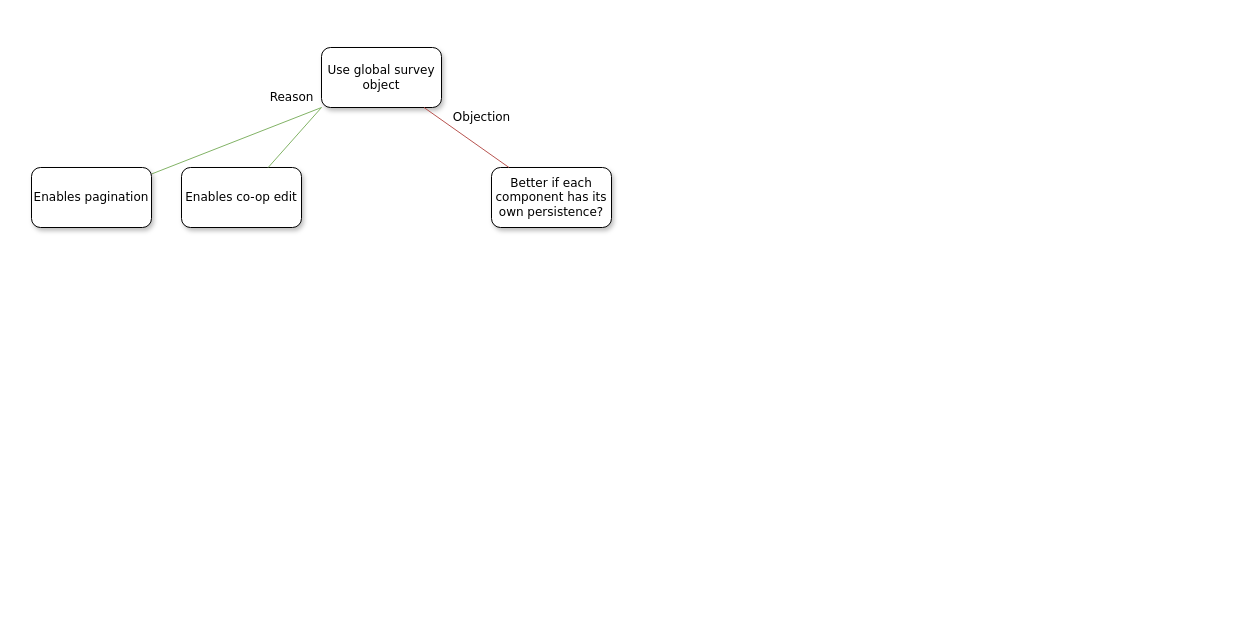
Above: Untitled Diagram.drawio in olleharstedt/limesurvey-wizard (draw.io), before the change. Source tidied: cells renumbered, new cells numbered last; positions are measured from the earlier drawing's top-left corner, leaving out a move shared by most shapes. Both pictures are drawn from the tidied source at 100%, with x=0, y=0 at pixel (31, 47).
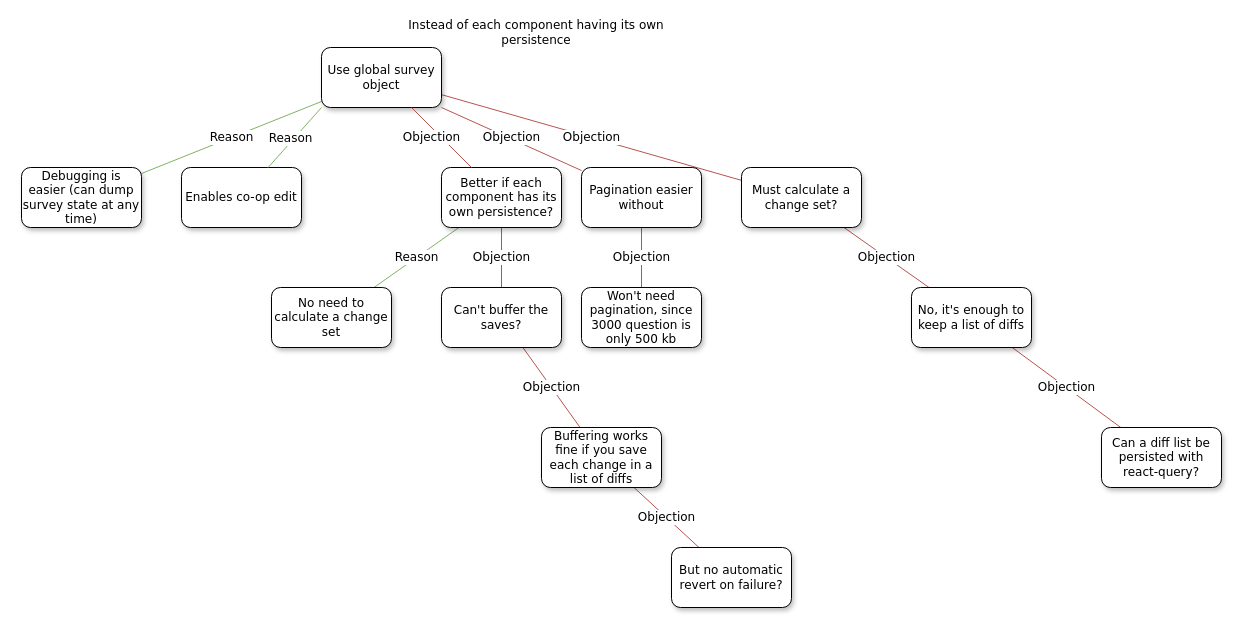
The same diagram, later.

Unchanged cells that the change refers to:
```xml
<mxCell id="2" value="Use global survey object" style="whiteSpace=wrap;html=1;rounded=1;shadow=1;labelBackgroundColor=none;strokeWidth=1;fontFamily=Verdana;fontSize=12;align=center;" parent="1" vertex="1">
  <mxGeometry x="290" width="120" height="60" as="geometry" />
</mxCell>
<mxCell id="4" value="Enables co-op edit" style="whiteSpace=wrap;html=1;rounded=1;shadow=1;labelBackgroundColor=none;strokeWidth=1;fontFamily=Verdana;fontSize=12;align=center;" parent="1" vertex="1">
  <mxGeometry x="150" y="120" width="120" height="60" as="geometry" />
</mxCell>
```

Diff of the diagram source:
```diff
@@
+    <mxCell id="9" value="Objection" style="edgeStyle=none;rounded=0;jettySize=auto;html=1;labelBackgroundColor=default;fontFamily=Verdana;fontSize=12;endArrow=none;endFill=0;fillColor=#f8cecc;strokeColor=#b85450;" parent="1" edge="1" source="2" target="16">
+      <mxGeometry relative="1" as="geometry" />
+    </mxCell>
+    <mxCell id="10" value="Reason" style="edgeStyle=none;rounded=0;jettySize=auto;html=1;labelBackgroundColor=default;fontFamily=Verdana;fontSize=12;endArrow=none;endFill=0;fillColor=#d5e8d4;strokeColor=#82b366;" parent="1" edge="1" source="2" target="21">
+      <mxGeometry relative="1" as="geometry" />
+    </mxCell>
@@
-    <mxCell id="3" style="jettySize=auto;html=1;shadow=0;exitX=0;exitY=1;exitDx=0;exitDy=0;endArrow=none;endFill=0;rounded=0;fillColor=#d5e8d4;strokeColor=#82b366;" parent="1" edge="1" source="2" target="8">
-      <mxGeometry relative="1" as="geometry" />
+    <mxCell id="3" value="Objection" style="jettySize=auto;html=1;shadow=0;exitX=1;exitY=1;exitDx=0;exitDy=0;endArrow=none;endFill=0;rounded=0;fillColor=#f8cecc;strokeColor=#b85450;fontFamily=Verdana;fontSize=12;" parent="1" edge="1" source="2" target="8">
+      <mxGeometry x="-0.01" y="1" relative="1" as="geometry" />
     </mxCell>
@@
+    <mxCell id="11" value="Reason" style="edgeStyle=none;rounded=0;jettySize=auto;html=1;labelBackgroundColor=default;fontFamily=Verdana;fontSize=12;endArrow=none;endFill=0;fillColor=#d5e8d4;strokeColor=#82b366;" parent="1" edge="1" source="5" target="18">
+      <mxGeometry relative="1" as="geometry" />
+    </mxCell>
+    <mxCell id="12" value="Objection" style="edgeStyle=none;rounded=0;jettySize=auto;html=1;labelBackgroundColor=default;fontFamily=Verdana;fontSize=12;endArrow=none;endFill=0;fillColor=#f8cecc;strokeColor=#b85450;" parent="1" edge="1" source="5" target="23">
+      <mxGeometry relative="1" as="geometry" />
+    </mxCell>
     <mxCell id="5" value="Better if each component has its own persistence?" style="whiteSpace=wrap;html=1;rounded=1;shadow=1;labelBackgroundColor=none;strokeWidth=1;fontFamily=Verdana;fontSize=12;align=center;" parent="1" vertex="1">
-      <mxGeometry x="460" y="120" width="120" height="60" as="geometry" />
+      <mxGeometry x="410" y="120" width="120" height="60" as="geometry" />
     </mxCell>
-    <mxCell id="6" value="Objection" style="rounded=0;html=1;labelBackgroundColor=none;startArrow=none;startFill=0;startSize=5;endArrow=none;endFill=0;endSize=5;jettySize=auto;strokeWidth=1;fontFamily=Verdana;fontSize=12;fillColor=#f8cecc;strokeColor=#b85450;fontColor=default;" parent="1" edge="1" source="2" target="5">
-      <mxGeometry x="0.01" y="25" relative="1" as="geometry" />
+    <mxCell id="6" value="Objection" style="rounded=0;html=1;labelBackgroundColor=default;startArrow=none;startFill=0;startSize=5;endArrow=none;endFill=0;endSize=5;jettySize=auto;strokeWidth=1;fontFamily=Verdana;fontSize=12;fillColor=#f8cecc;strokeColor=#b85450;fontColor=default;" parent="1" edge="1" source="2" target="5">
+      <mxGeometry x="-0.17" y="-7" relative="1" as="geometry" />
     </mxCell>
-    <mxCell id="7" value="&lt;div&gt;Reason&lt;/div&gt;" style="rounded=0;html=1;labelBackgroundColor=none;startArrow=none;startFill=0;startSize=5;endArrow=none;endFill=0;endSize=5;jettySize=auto;strokeWidth=1;fontFamily=Verdana;fontSize=12;exitX=0;exitY=1;exitDx=0;exitDy=0;fillColor=#d5e8d4;strokeColor=#82b366;" parent="1" edge="1" source="2" target="4">
-      <mxGeometry x="-0.69" y="-29" relative="1" as="geometry" />
+    <mxCell id="7" value="&lt;div&gt;Reason&lt;/div&gt;" style="rounded=0;html=1;labelBackgroundColor=default;startArrow=none;startFill=0;startSize=5;endArrow=none;endFill=0;endSize=5;jettySize=auto;strokeWidth=1;fontFamily=Verdana;fontSize=12;exitX=0;exitY=1;exitDx=0;exitDy=0;fillColor=#d5e8d4;strokeColor=#82b366;" parent="1" edge="1" source="2" target="4">
+      <mxGeometry x="0.06" y="-2" relative="1" as="geometry">
+        <mxPoint x="-1" as="offset" />
+      </mxGeometry>
     </mxCell>
+    <mxCell id="13" value="&lt;div style=&quot;font-size: 12px;&quot;&gt;Objection&lt;/div&gt;" style="rounded=0;jettySize=auto;html=1;endArrow=none;endFill=0;fillColor=#f8cecc;strokeColor=#b85450;fontFamily=Verdana;fontSize=12;" parent="1" edge="1" source="8" target="14">
+      <mxGeometry relative="1" as="geometry" />
+    </mxCell>
-    <mxCell id="8" value="Enables pagination" style="whiteSpace=wrap;html=1;rounded=1;shadow=1;labelBackgroundColor=none;strokeWidth=1;fontFamily=Verdana;fontSize=12;align=center;" parent="1" vertex="1">
-      <mxGeometry y="120" width="120" height="60" as="geometry" />
+    <mxCell id="8" value="Pagination easier without" style="whiteSpace=wrap;html=1;rounded=1;shadow=1;labelBackgroundColor=none;strokeWidth=1;fontFamily=Verdana;fontSize=12;align=center;" parent="1" vertex="1">
+      <mxGeometry x="550" y="120" width="120" height="60" as="geometry" />
     </mxCell>
+    <mxCell id="14" value="Won't need pagination, since 3000 question is only 500 kb" style="whiteSpace=wrap;html=1;rounded=1;shadow=1;labelBackgroundColor=none;strokeWidth=1;fontFamily=Verdana;fontSize=12;align=center;" parent="1" vertex="1">
+      <mxGeometry x="550" y="240" width="120" height="60" as="geometry" />
+    </mxCell>
+    <mxCell id="15" value="Objection" style="edgeStyle=none;rounded=0;jettySize=auto;html=1;labelBackgroundColor=default;fontFamily=Verdana;fontSize=12;endArrow=none;endFill=0;fillColor=#f8cecc;strokeColor=#b85450;" parent="1" edge="1" source="16" target="20">
+      <mxGeometry relative="1" as="geometry" />
+    </mxCell>
+    <mxCell id="16" value="Must calculate a change set?" style="whiteSpace=wrap;html=1;rounded=1;shadow=1;labelBackgroundColor=none;strokeWidth=1;fontFamily=Verdana;fontSize=12;align=center;" parent="1" vertex="1">
+      <mxGeometry x="710" y="120" width="120" height="60" as="geometry" />
+    </mxCell>
+    <mxCell id="17" value="Instead of each component having its own persistence" style="text;html=1;strokeColor=none;fillColor=none;align=center;verticalAlign=middle;whiteSpace=wrap;rounded=0;fontFamily=Verdana;fontSize=12;" parent="1" vertex="1">
+      <mxGeometry x="370" y="-30" width="270" height="30" as="geometry" />
+    </mxCell>
+    <mxCell id="18" value="No need to calculate a change set" style="whiteSpace=wrap;html=1;rounded=1;shadow=1;labelBackgroundColor=none;strokeWidth=1;fontFamily=Verdana;fontSize=12;align=center;" parent="1" vertex="1">
+      <mxGeometry x="240" y="240" width="120" height="60" as="geometry" />
+    </mxCell>
+    <mxCell id="19" value="Objection" style="edgeStyle=none;rounded=0;jettySize=auto;html=1;labelBackgroundColor=default;fontFamily=Verdana;fontSize=12;endArrow=none;endFill=0;fillColor=#f8cecc;strokeColor=#b85450;" parent="1" edge="1" source="20" target="27">
+      <mxGeometry relative="1" as="geometry" />
+    </mxCell>
+    <mxCell id="20" value="No, it's enough to keep a list of diffs" style="whiteSpace=wrap;html=1;rounded=1;shadow=1;labelBackgroundColor=none;strokeWidth=1;fontFamily=Verdana;fontSize=12;align=center;" parent="1" vertex="1">
+      <mxGeometry x="880" y="240" width="120" height="60" as="geometry" />
+    </mxCell>
+    <mxCell id="21" value="Debugging is easier (can dump survey state at any time)" style="whiteSpace=wrap;html=1;rounded=1;shadow=1;labelBackgroundColor=none;strokeWidth=1;fontFamily=Verdana;fontSize=12;align=center;" parent="1" vertex="1">
+      <mxGeometry x="-10" y="120" width="120" height="60" as="geometry" />
+    </mxCell>
+    <mxCell id="22" value="Objection" style="edgeStyle=none;rounded=0;jettySize=auto;html=1;labelBackgroundColor=default;fontFamily=Verdana;fontSize=12;endArrow=none;endFill=0;fillColor=#f8cecc;strokeColor=#b85450;" parent="1" edge="1" source="23" target="25">
+      <mxGeometry relative="1" as="geometry" />
+    </mxCell>
+    <mxCell id="23" value="Can't buffer the saves?" style="whiteSpace=wrap;html=1;rounded=1;shadow=1;labelBackgroundColor=none;strokeWidth=1;fontFamily=Verdana;fontSize=12;align=center;" parent="1" vertex="1">
+      <mxGeometry x="410" y="240" width="120" height="60" as="geometry" />
+    </mxCell>
+    <mxCell id="24" value="Objection" style="edgeStyle=none;rounded=0;jettySize=auto;html=1;labelBackgroundColor=default;fontFamily=Verdana;fontSize=12;endArrow=none;endFill=0;fillColor=#f8cecc;strokeColor=#b85450;" parent="1" edge="1" source="25" target="26">
+      <mxGeometry relative="1" as="geometry" />
+    </mxCell>
+    <mxCell id="25" value="Buffering works fine if you save each change in a list of diffs" style="whiteSpace=wrap;html=1;rounded=1;shadow=1;labelBackgroundColor=none;strokeWidth=1;fontFamily=Verdana;fontSize=12;align=center;" parent="1" vertex="1">
+      <mxGeometry x="510" y="380" width="120" height="60" as="geometry" />
+    </mxCell>
+    <mxCell id="26" value="But no automatic revert on failure?" style="whiteSpace=wrap;html=1;rounded=1;shadow=1;labelBackgroundColor=none;strokeWidth=1;fontFamily=Verdana;fontSize=12;align=center;" parent="1" vertex="1">
+      <mxGeometry x="640" y="500" width="120" height="60" as="geometry" />
+    </mxCell>
+    <mxCell id="27" value="Can a diff list be persisted with react-query?" style="whiteSpace=wrap;html=1;rounded=1;shadow=1;labelBackgroundColor=none;strokeWidth=1;fontFamily=Verdana;fontSize=12;align=center;" parent="1" vertex="1">
+      <mxGeometry x="1070" y="380" width="120" height="60" as="geometry" />
+    </mxCell>
```
